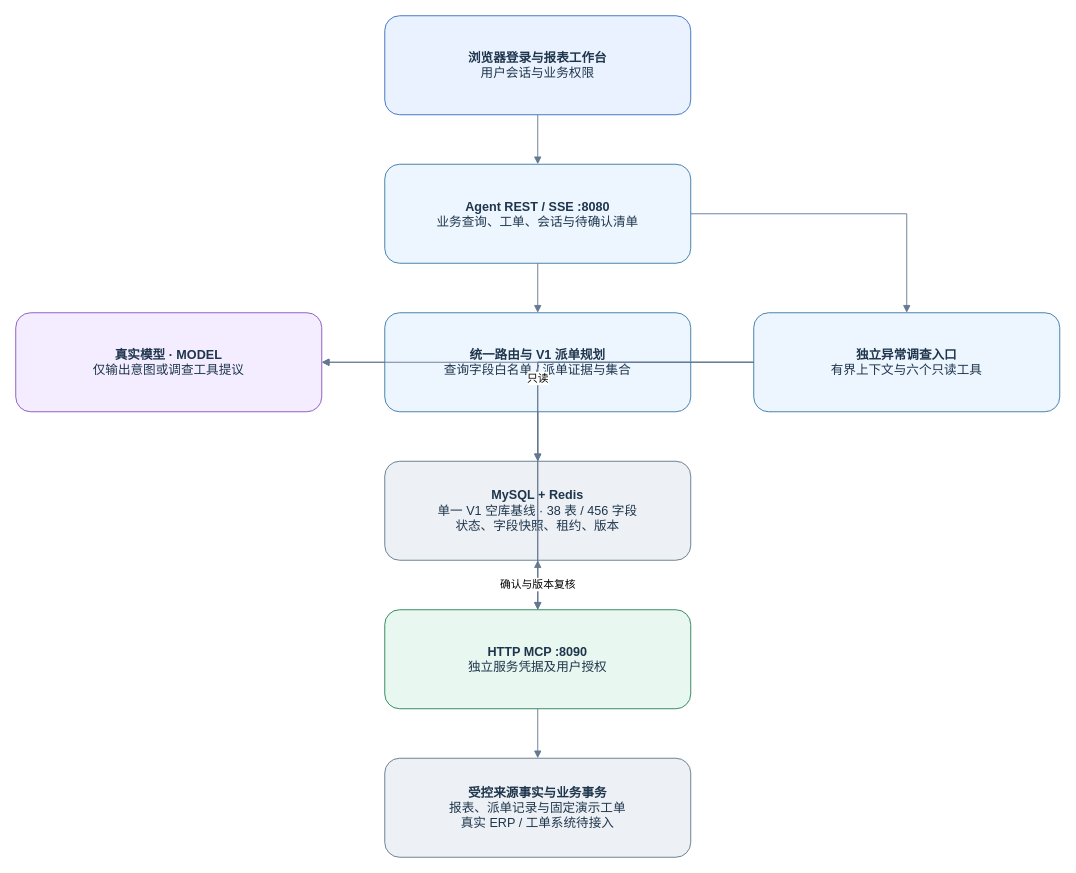
Before: page "01 系统与信任边界" (1 of 12) of docs/diagrams/demo-final/demo-final.drawio in QSZJAVA/agent_demo, a draw.io diagram. Source tidied: cells renumbered, new cells numbered last; positions are measured from the earlier drawing's top-left corner, leaving out a move shared by most shapes. Both pictures are drawn from the tidied source at 90%, with x=0, y=0 at pixel (15, 15).
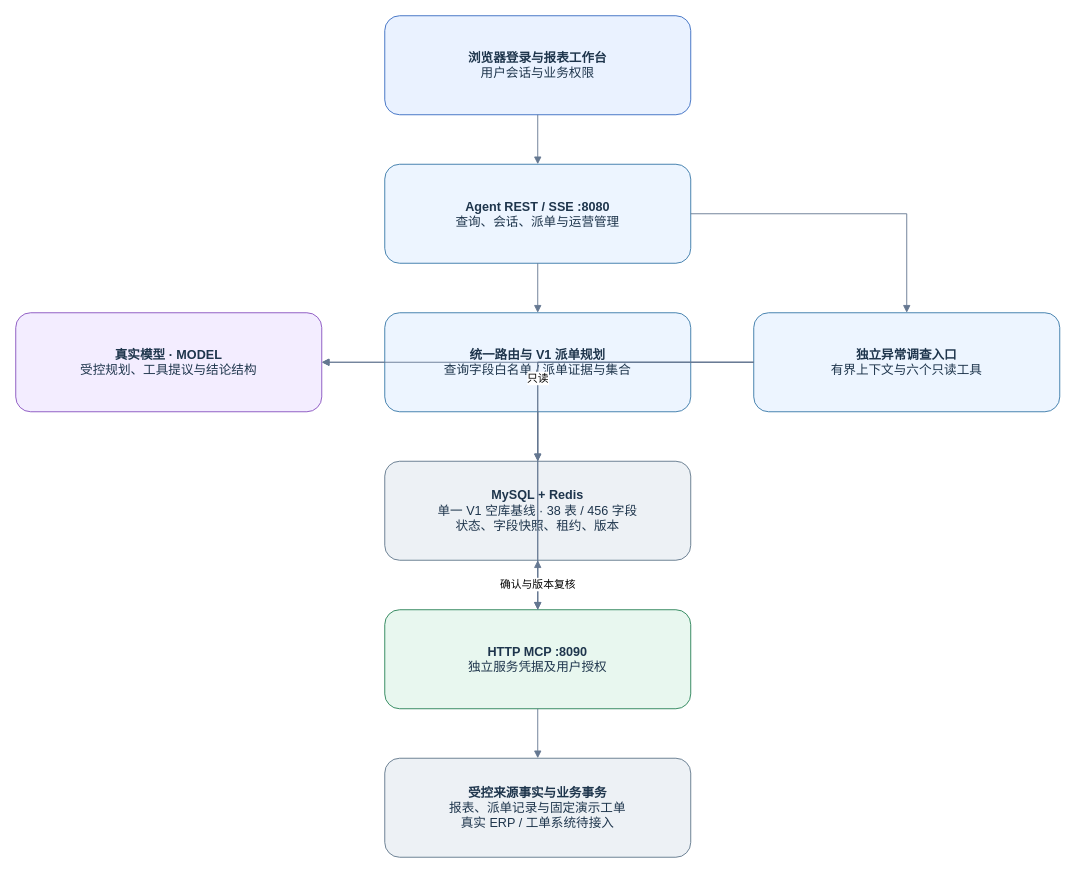
Above is the later version.

What changed in the source:
```diff
@@
-    <mxCell id="3" value="&lt;b&gt;Agent REST / SSE :8080&lt;/b&gt;&lt;br&gt;业务查询、工单、会话与待确认清单" style="rounded=1;whiteSpace=wrap;html=1;fillColor=#edf5ff;strokeColor=#3778a8;fontColor=#1e354c;fontFamily=Microsoft YaHei;fontSize=14;" parent="1" vertex="1">
+    <mxCell id="3" value="&lt;b&gt;Agent REST / SSE :8080&lt;/b&gt;&lt;br&gt;查询、会话、派单与运营管理" style="rounded=1;whiteSpace=wrap;html=1;fillColor=#edf5ff;strokeColor=#3778a8;fontColor=#1e354c;fontFamily=Microsoft YaHei;fontSize=14;" parent="1" vertex="1">
       <mxGeometry x="410" y="165" width="340" height="110" as="geometry" />
     </mxCell>
-    <mxCell id="4" value="&lt;b&gt;真实模型 · MODEL&lt;/b&gt;&lt;br&gt;仅输出意图或调查工具提议" style="rounded=1;whiteSpace=wrap;html=1;fillColor=#f3edff;strokeColor=#8751bf;fontColor=#1e354c;fontFamily=Microsoft YaHei;fontSize=14;" parent="1" vertex="1">
+    <mxCell id="4" value="&lt;b&gt;真实模型 · MODEL&lt;/b&gt;&lt;br&gt;受控规划、工具提议与结论结构" style="rounded=1;whiteSpace=wrap;html=1;fillColor=#f3edff;strokeColor=#8751bf;fontColor=#1e354c;fontFamily=Microsoft YaHei;fontSize=14;" parent="1" vertex="1">
       <mxGeometry y="330" width="340" height="110" as="geometry" />
     </mxCell>
```
